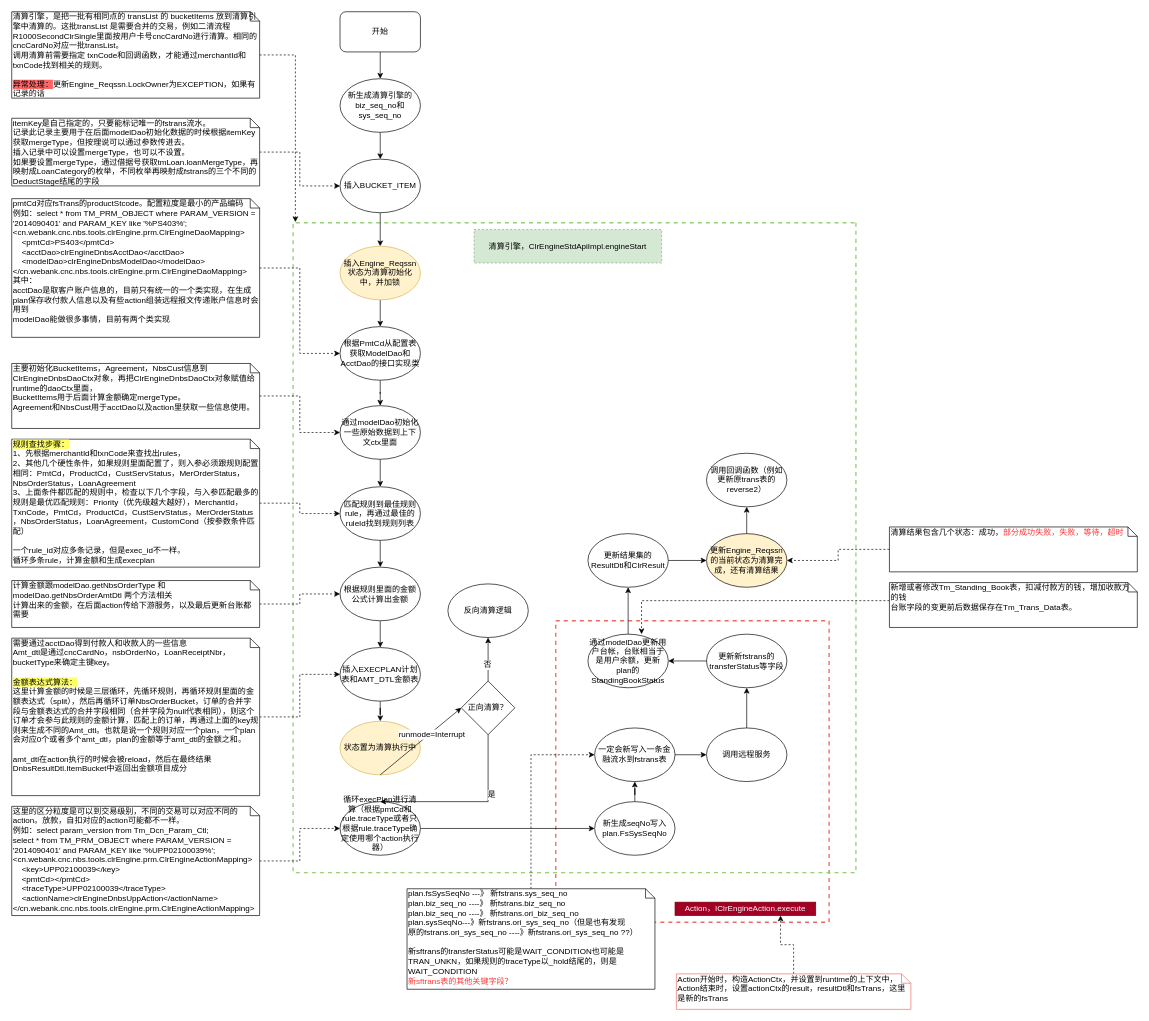
The draw.io diagram 清算引擎.drawio in staconfree/design, before the edit. Source tidied: cells renumbered, new cells numbered last; positions are measured from the earlier drawing's top-left corner, leaving out a move shared by most shapes. Both pictures are drawn from the tidied source at 67%, with x=0, y=0 at pixel (11, 11).
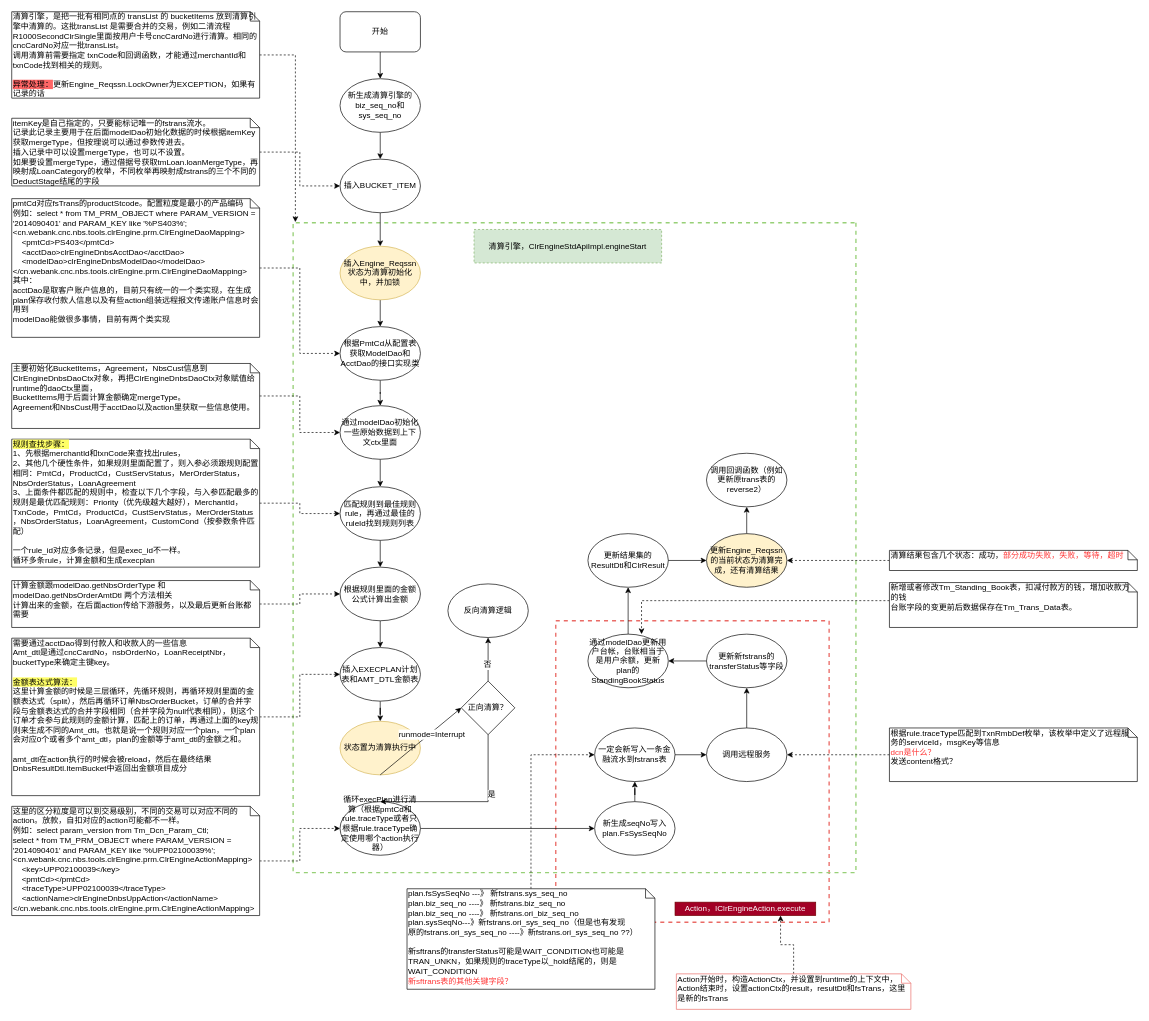
After the change.

Commit message:
更新清算引擎.drawio

The change refers to these unchanged cells:
```xml
<mxCell id="36" value="调用远程服务" style="ellipse;whiteSpace=wrap;html=1;" parent="1" vertex="1">
  <mxGeometry x="1037" y="1069" width="120" height="80" as="geometry" />
</mxCell>
```

What changed in the source:
```diff
@@
     <mxCell id="73" value="清算结果包含几个状态：成功，&lt;font color=&quot;#FF3333&quot;&gt;部分成功失败，失败，等待，超时&lt;/font&gt;" style="shape=note;whiteSpace=wrap;html=1;size=14;verticalAlign=top;align=left;spacingTop=-6;" parent="1" vertex="1">
-      <mxGeometry x="1310" y="769" width="370" height="67" as="geometry" />
+      <mxGeometry x="1310" y="804" width="370" height="30" as="geometry" />
     </mxCell>
+    <mxCell id="74" style="edgeStyle=orthogonalEdgeStyle;rounded=0;jettySize=auto;html=1;dashed=1;" parent="1" edge="1" source="75" target="36">
+      <mxGeometry relative="1" as="geometry" />
+    </mxCell>
+    <mxCell id="75" value="根据rule.traceType匹配到TxnRmbDef枚举，该枚举中定义了远程服务的serviceId，msgKey等信息&lt;br&gt;&lt;div&gt;&lt;font color=&quot;#FF3333&quot;&gt;dcn是什么？&lt;/font&gt;&lt;/div&gt;&lt;div&gt;发送content格式？&lt;br&gt;&lt;/div&gt;" style="shape=note;whiteSpace=wrap;html=1;size=14;verticalAlign=top;align=left;spacingTop=-6;" parent="1" vertex="1">
+      <mxGeometry x="1310" y="1069" width="370" height="80" as="geometry" />
+    </mxCell>
```
